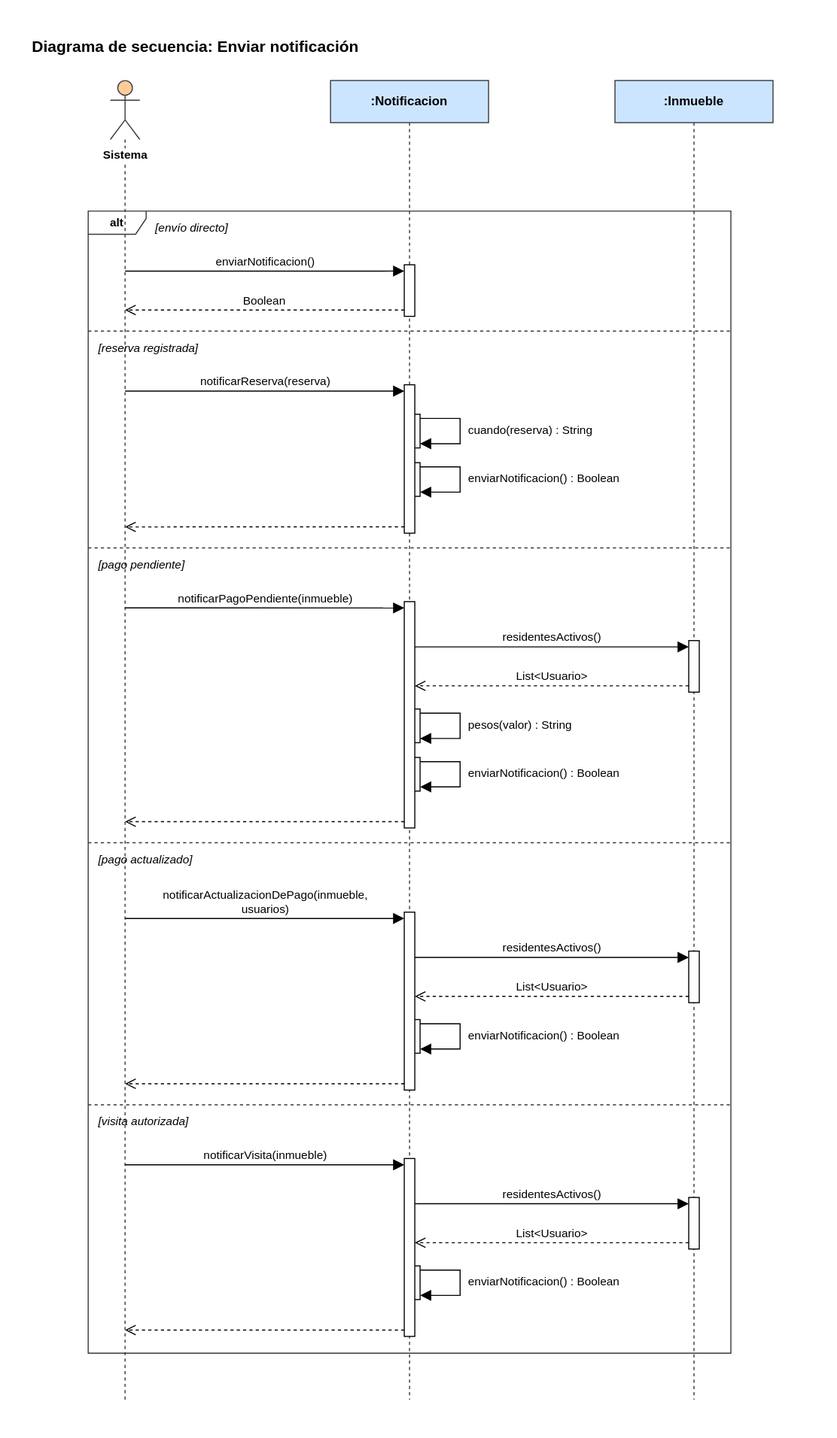
Before: Diagramas/Secuencia/enviar-notificacion.svg, a diagram exported from draw.io (manuel20051208/HorizontalSoftware-Back-End). Source tidied: cells renumbered, new cells last; positions are measured from the earlier drawing's top-left corner, leaving out a move shared by most shapes.
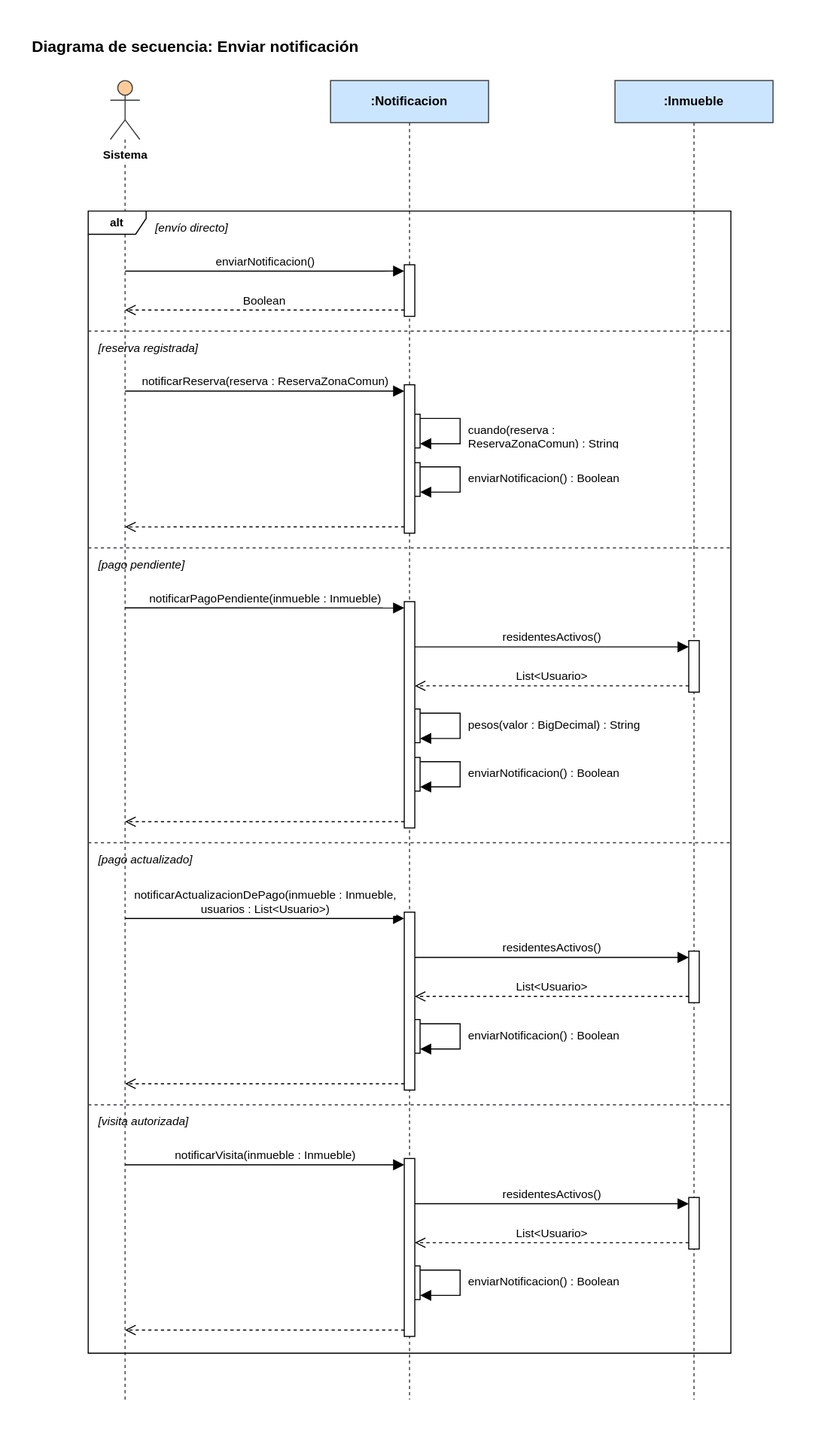
The same file after the commit.

Diff of the diagram source:
```diff
@@ -62,7 +62,7 @@
     <mxCell id="21" value="Boolean" style="html=1;verticalAlign=bottom;rounded=0;fontSize=11;strokeColor=#000000;dashed=1;endArrow=open;endFill=0;endSize=8;exitX=0.0000;exitY=0.8776;exitDx=0;exitDy=0;exitPerimeter=0;entryX=0.5000;entryY=0.1740;entryDx=0;entryDy=0;entryPerimeter=0;" parent="1" edge="1" source="6" target="3">
       <mxGeometry relative="1" as="geometry" />
     </mxCell>
-    <mxCell id="22" value="notificarReserva(reserva)" style="html=1;verticalAlign=bottom;rounded=0;fontSize=11;strokeColor=#000000;endArrow=block;endFill=1;endSize=8;exitX=0.5000;exitY=0.2354;exitDx=0;exitDy=0;exitPerimeter=0;entryX=0.0000;entryY=0.0426;entryDx=0;entryDy=0;entryPerimeter=0;" parent="1" edge="1" source="3" target="9">
+    <mxCell id="22" value="notificarReserva(reserva : ReservaZonaComun)" style="html=1;verticalAlign=bottom;rounded=0;fontSize=11;strokeColor=#000000;endArrow=block;endFill=1;endSize=8;exitX=0.5000;exitY=0.2354;exitDx=0;exitDy=0;exitPerimeter=0;entryX=0.0000;entryY=0.0426;entryDx=0;entryDy=0;entryPerimeter=0;" parent="1" edge="1" source="3" target="9">
       <mxGeometry relative="1" as="geometry" />
     </mxCell>
     <mxCell id="23" style="html=1;rounded=0;endArrow=block;endFill=1;endSize=8;strokeColor=#000000;exitX=1.0000;exitY=0.1250;exitDx=0;exitDy=0;exitPerimeter=0;entryX=1.0000;entryY=0.8750;entryDx=0;entryDy=0;entryPerimeter=0;" parent="1" edge="1" source="7" target="7">
@@ -84,7 +84,7 @@
     <mxCell id="25" style="html=1;verticalAlign=bottom;rounded=0;fontSize=11;strokeColor=#000000;dashed=1;endArrow=open;endFill=0;endSize=8;exitX=0.0000;exitY=0.9574;exitDx=0;exitDy=0;exitPerimeter=0;entryX=0.5000;entryY=0.3384;entryDx=0;entryDy=0;entryPerimeter=0;" parent="1" edge="1" source="9" target="3">
       <mxGeometry relative="1" as="geometry" />
     </mxCell>
-    <mxCell id="26" value="notificarPagoPendiente(inmueble)" style="html=1;verticalAlign=bottom;rounded=0;fontSize=11;strokeColor=#000000;endArrow=block;endFill=1;endSize=8;exitX=0.5000;exitY=0.3998;exitDx=0;exitDy=0;exitPerimeter=0;entryX=0.0000;entryY=0.0279;entryDx=0;entryDy=0;entryPerimeter=0;" parent="1" edge="1" source="3" target="13">
+    <mxCell id="26" value="notificarPagoPendiente(inmueble : Inmueble)" style="html=1;verticalAlign=bottom;rounded=0;fontSize=11;strokeColor=#000000;endArrow=block;endFill=1;endSize=8;exitX=0.5000;exitY=0.3998;exitDx=0;exitDy=0;exitPerimeter=0;entryX=0.0000;entryY=0.0279;entryDx=0;entryDy=0;entryPerimeter=0;" parent="1" edge="1" source="3" target="13">
       <mxGeometry relative="1" as="geometry" />
     </mxCell>
     <mxCell id="27" value="residentesActivos()" style="html=1;verticalAlign=bottom;rounded=0;fontSize=11;strokeColor=#000000;endArrow=block;endFill=1;endSize=8;exitX=1.0000;exitY=0.2000;exitDx=0;exitDy=0;exitPerimeter=0;entryX=0.0000;entryY=0.1224;entryDx=0;entryDy=0;entryPerimeter=0;" parent="1" edge="1" source="13" target="10">
@@ -112,7 +112,7 @@
     <mxCell id="31" style="html=1;verticalAlign=bottom;rounded=0;fontSize=11;strokeColor=#000000;dashed=1;endArrow=open;endFill=0;endSize=8;exitX=0.0000;exitY=0.9721;exitDx=0;exitDy=0;exitPerimeter=0;entryX=0.5000;entryY=0.5619;entryDx=0;entryDy=0;entryPerimeter=0;" parent="1" edge="1" source="13" target="3">
       <mxGeometry relative="1" as="geometry" />
     </mxCell>
-    <mxCell id="32" value="notificarActualizacionDePago(inmueble,&lt;br&gt;usuarios)" style="html=1;verticalAlign=bottom;rounded=0;fontSize=11;strokeColor=#000000;endArrow=block;endFill=1;endSize=8;exitX=0.5000;exitY=0.6353;exitDx=0;exitDy=0;exitPerimeter=0;entryX=0.0000;entryY=0.0355;entryDx=0;entryDy=0;entryPerimeter=0;" parent="1" edge="1" source="3" target="16">
+    <mxCell id="32" value="notificarActualizacionDePago(inmueble : Inmueble,&lt;br&gt;usuarios : List&amp;lt;Usuario&amp;gt;)" style="html=1;verticalAlign=bottom;rounded=0;fontSize=11;strokeColor=#000000;endArrow=block;endFill=1;endSize=8;exitX=0.5000;exitY=0.6353;exitDx=0;exitDy=0;exitPerimeter=0;entryX=0.0000;entryY=0.0355;entryDx=0;entryDy=0;entryPerimeter=0;" parent="1" edge="1" source="3" target="16">
       <mxGeometry relative="1" as="geometry" />
     </mxCell>
     <mxCell id="33" value="residentesActivos()" style="html=1;verticalAlign=bottom;rounded=0;fontSize=11;strokeColor=#000000;endArrow=block;endFill=1;endSize=8;exitX=1.0000;exitY=0.2544;exitDx=0;exitDy=0;exitPerimeter=0;entryX=0.0000;entryY=0.1224;entryDx=0;entryDy=0;entryPerimeter=0;" parent="1" edge="1" source="16" target="14">
@@ -132,7 +132,7 @@
     <mxCell id="36" style="html=1;verticalAlign=bottom;rounded=0;fontSize=11;strokeColor=#000000;dashed=1;endArrow=open;endFill=0;endSize=8;exitX=0.0000;exitY=0.9645;exitDx=0;exitDy=0;exitPerimeter=0;entryX=0.5000;entryY=0.7606;entryDx=0;entryDy=0;entryPerimeter=0;" parent="1" edge="1" source="16" target="3">
       <mxGeometry relative="1" as="geometry" />
     </mxCell>
-    <mxCell id="37" value="notificarVisita(inmueble)" style="html=1;verticalAlign=bottom;rounded=0;fontSize=11;strokeColor=#000000;endArrow=block;endFill=1;endSize=8;exitX=0.5000;exitY=0.8220;exitDx=0;exitDy=0;exitPerimeter=0;entryX=0.0000;entryY=0.0355;entryDx=0;entryDy=0;entryPerimeter=0;" parent="1" edge="1" source="3" target="19">
+    <mxCell id="37" value="notificarVisita(inmueble : Inmueble)" style="html=1;verticalAlign=bottom;rounded=0;fontSize=11;strokeColor=#000000;endArrow=block;endFill=1;endSize=8;exitX=0.5000;exitY=0.8220;exitDx=0;exitDy=0;exitPerimeter=0;entryX=0.0000;entryY=0.0355;entryDx=0;entryDy=0;entryPerimeter=0;" parent="1" edge="1" source="3" target="19">
       <mxGeometry relative="1" as="geometry" />
     </mxCell>
     <mxCell id="38" value="residentesActivos()" style="html=1;verticalAlign=bottom;rounded=0;fontSize=11;strokeColor=#000000;endArrow=block;endFill=1;endSize=8;exitX=1.0000;exitY=0.2544;exitDx=0;exitDy=0;exitPerimeter=0;entryX=0.0000;entryY=0.1224;entryDx=0;entryDy=0;entryPerimeter=0;" parent="1" edge="1" source="19" target="17">
@@ -152,13 +152,13 @@
     <mxCell id="41" style="html=1;verticalAlign=bottom;rounded=0;fontSize=11;strokeColor=#000000;dashed=1;endArrow=open;endFill=0;endSize=8;exitX=0.0000;exitY=0.9645;exitDx=0;exitDy=0;exitPerimeter=0;entryX=0.5000;entryY=0.9473;entryDx=0;entryDy=0;entryPerimeter=0;" parent="1" edge="1" source="19" target="3">
       <mxGeometry relative="1" as="geometry" />
     </mxCell>
-    <mxCell id="42" value="cuando(reserva) : String" style="text;html=1;align=left;verticalAlign=top;whiteSpace=wrap;overflow=hidden;fontSize=11;" parent="1" vertex="1">
+    <mxCell id="42" value="cuando(reserva : ReservaZonaComun) : String" style="text;html=1;align=left;verticalAlign=top;whiteSpace=wrap;overflow=hidden;fontSize=11;" parent="1" vertex="1">
       <mxGeometry x="414" y="367" width="185" height="28" as="geometry" />
     </mxCell>
     <mxCell id="43" value="enviarNotificacion() : Boolean" style="text;html=1;align=left;verticalAlign=top;whiteSpace=wrap;overflow=hidden;fontSize=11;" parent="1" vertex="1">
       <mxGeometry x="414" y="413" width="185" height="28" as="geometry" />
     </mxCell>
-    <mxCell id="44" value="pesos(valor) : String" style="text;html=1;align=left;verticalAlign=top;whiteSpace=wrap;overflow=hidden;fontSize=11;" parent="1" vertex="1">
+    <mxCell id="44" value="pesos(valor : BigDecimal) : String" style="text;html=1;align=left;verticalAlign=top;whiteSpace=wrap;overflow=hidden;fontSize=11;" parent="1" vertex="1">
       <mxGeometry x="414" y="647" width="185" height="28" as="geometry" />
     </mxCell>
     <mxCell id="45" value="enviarNotificacion() : Boolean" style="text;html=1;align=left;verticalAlign=top;whiteSpace=wrap;overflow=hidden;fontSize=11;" parent="1" vertex="1">
@@ -170,7 +170,7 @@
     <mxCell id="47" value="enviarNotificacion() : Boolean" style="text;html=1;align=left;verticalAlign=top;whiteSpace=wrap;overflow=hidden;fontSize=11;" parent="1" vertex="1">
       <mxGeometry x="414" y="1176" width="185" height="28" as="geometry" />
     </mxCell>
-    <mxCell id="48" value="alt" style="shape=umlFrame;whiteSpace=wrap;html=1;fillColor=none;strokeColor=#36393d;fontStyle=1;fontSize=11;width=55;height=22;" parent="1" vertex="1">
+    <mxCell id="48" value="alt" style="shape=umlFrame;whiteSpace=wrap;html=1;fontStyle=1;fontSize=11;width=55;height=22;" parent="1" vertex="1">
       <mxGeometry x="55" y="172" width="610" height="1085" as="geometry" />
     </mxCell>
     <mxCell id="49" style="endArrow=none;dashed=1;html=1;strokeColor=#36393d;" parent="1" edge="1">
```
